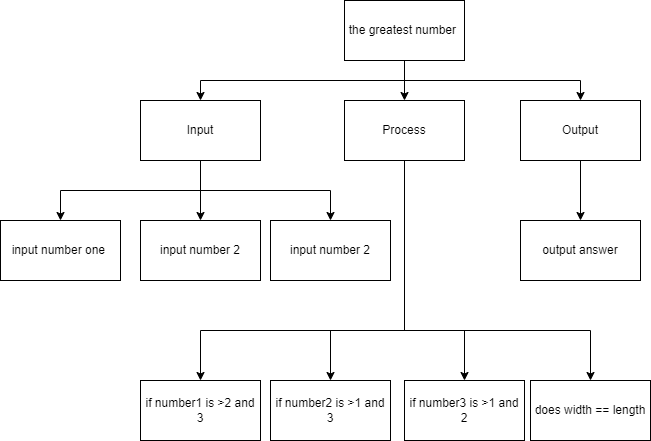
Earlier version of the draw.io export plan.png (devin-jhu/ICS3U-Assignment7-Python). Source tidied: cells renumbered, new cells last; positions are measured from the earlier drawing's top-left corner, leaving out a move shared by most shapes.
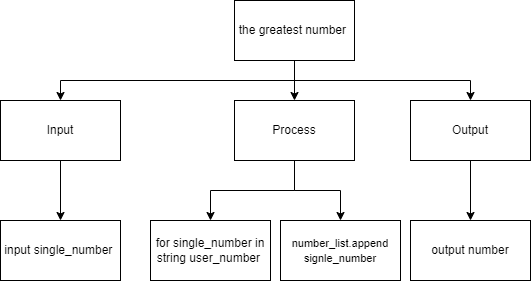
The same diagram one commit later.

Diff of the diagram source:
```diff
@@ -14,50 +14,18 @@
     <mxCell id="5" value="the greatest number&amp;nbsp;" style="rounded=0;whiteSpace=wrap;html=1;" parent="1" vertex="1">
       <mxGeometry x="344" width="120" height="60" as="geometry" />
     </mxCell>
-    <mxCell id="6" style="edgeStyle=orthogonalEdgeStyle;rounded=0;html=1;exitX=0.5;exitY=1;exitDx=0;exitDy=0;entryX=0.5;entryY=0;entryDx=0;entryDy=0;" parent="1" edge="1" source="9" target="19">
-      <mxGeometry relative="1" as="geometry" />
-    </mxCell>
     <mxCell id="7" style="edgeStyle=orthogonalEdgeStyle;rounded=0;html=1;exitX=0.5;exitY=1;exitDx=0;exitDy=0;" parent="1" edge="1" source="9" target="18">
       <mxGeometry relative="1" as="geometry" />
     </mxCell>
-    <mxCell id="8" style="edgeStyle=orthogonalEdgeStyle;html=1;exitX=0.5;exitY=1;exitDx=0;exitDy=0;entryX=0.5;entryY=0;entryDx=0;entryDy=0;rounded=0;" parent="1" edge="1" source="9" target="21">
-      <mxGeometry relative="1" as="geometry" />
-    </mxCell>
     <mxCell id="9" value="Input" style="rounded=0;whiteSpace=wrap;html=1;" parent="1" vertex="1">
-      <mxGeometry x="140" y="100" width="120" height="60" as="geometry" />
+      <mxGeometry x="110" y="100" width="120" height="60" as="geometry" />
     </mxCell>
-    <mxCell id="10" style="edgeStyle=orthogonalEdgeStyle;html=1;exitX=0.5;exitY=1;exitDx=0;exitDy=0;rounded=0;" parent="1" edge="1" source="14" target="17">
-      <mxGeometry relative="1" as="geometry">
-        <Array as="points">
-          <mxPoint x="404" y="330" />
-          <mxPoint x="590" y="330" />
-        </Array>
-      </mxGeometry>
-    </mxCell>
-    <mxCell id="11" style="edgeStyle=orthogonalEdgeStyle;rounded=0;html=1;exitX=0.5;exitY=1;exitDx=0;exitDy=0;entryX=0.5;entryY=0;entryDx=0;entryDy=0;" parent="1" edge="1" source="14" target="22">
-      <mxGeometry relative="1" as="geometry">
-        <Array as="points">
-          <mxPoint x="404" y="330" />
-          <mxPoint x="464" y="330" />
-        </Array>
-      </mxGeometry>
-    </mxCell>
-    <mxCell id="12" style="edgeStyle=orthogonalEdgeStyle;rounded=0;html=1;exitX=0.5;exitY=1;exitDx=0;exitDy=0;entryX=0.5;entryY=0;entryDx=0;entryDy=0;" parent="1" edge="1" source="14" target="23">
-      <mxGeometry relative="1" as="geometry">
-        <Array as="points">
-          <mxPoint x="404" y="330" />
-          <mxPoint x="330" y="330" />
-        </Array>
-      </mxGeometry>
-    </mxCell>
-    <mxCell id="13" style="edgeStyle=orthogonalEdgeStyle;rounded=0;html=1;exitX=0.5;exitY=1;exitDx=0;exitDy=0;" parent="1" edge="1" source="14" target="24">
-      <mxGeometry relative="1" as="geometry">
-        <Array as="points">
-          <mxPoint x="404" y="330" />
-          <mxPoint x="200" y="330" />
-        </Array>
-      </mxGeometry>
+    <mxCell id="13" style="edgeStyle=orthogonalEdgeStyle;shape=connector;rounded=0;html=1;exitX=0.5;exitY=1;exitDx=0;exitDy=0;entryX=0.5;entryY=0;entryDx=0;entryDy=0;labelBackgroundColor=default;fontFamily=Helvetica;fontSize=11;fontColor=default;endArrow=classic;strokeColor=default;" parent="1" edge="1" source="14" target="23">
+      <mxGeometry relative="1" as="geometry" />
     </mxCell>
+    <mxCell id="25" style="edgeStyle=orthogonalEdgeStyle;shape=connector;rounded=0;html=1;exitX=0.5;exitY=1;exitDx=0;exitDy=0;labelBackgroundColor=default;fontFamily=Helvetica;fontSize=11;fontColor=default;endArrow=classic;strokeColor=default;" parent="1" edge="1" source="14" target="24">
+      <mxGeometry relative="1" as="geometry" />
+    </mxCell>
     <mxCell id="14" value="Process" style="rounded=0;whiteSpace=wrap;html=1;" parent="1" vertex="1">
       <mxGeometry x="344" y="100" width="120" height="60" as="geometry" />
     </mxCell>
@@ -67,29 +35,17 @@
     <mxCell id="16" value="Output" style="rounded=0;whiteSpace=wrap;html=1;" parent="1" vertex="1">
       <mxGeometry x="520" y="100" width="120" height="60" as="geometry" />
     </mxCell>
-    <mxCell id="17" value="does width == length" style="rounded=0;whiteSpace=wrap;html=1;" parent="1" vertex="1">
-      <mxGeometry x="530" y="380" width="120" height="60" as="geometry" />
-    </mxCell>
-    <mxCell id="18" value="input number one&amp;nbsp;" style="rounded=0;whiteSpace=wrap;html=1;" parent="1" vertex="1">
-      <mxGeometry y="220" width="120" height="60" as="geometry" />
+    <mxCell id="18" value="input single_number&amp;nbsp;" style="rounded=0;whiteSpace=wrap;html=1;" parent="1" vertex="1">
+      <mxGeometry x="110" y="220" width="120" height="60" as="geometry" />
     </mxCell>
-    <mxCell id="19" value="input number 2" style="rounded=0;whiteSpace=wrap;html=1;" parent="1" vertex="1">
-      <mxGeometry x="140" y="220" width="120" height="60" as="geometry" />
-    </mxCell>
-    <mxCell id="20" value="output answer" style="rounded=0;whiteSpace=wrap;html=1;" parent="1" vertex="1">
+    <mxCell id="20" value="output number" style="rounded=0;whiteSpace=wrap;html=1;" parent="1" vertex="1">
       <mxGeometry x="520" y="220" width="120" height="60" as="geometry" />
     </mxCell>
-    <mxCell id="21" value="input number 2" style="rounded=0;whiteSpace=wrap;html=1;" parent="1" vertex="1">
-      <mxGeometry x="270" y="220" width="120" height="60" as="geometry" />
-    </mxCell>
-    <mxCell id="22" value="if number3 is &amp;gt;1 and 2" style="rounded=0;whiteSpace=wrap;html=1;" parent="1" vertex="1">
-      <mxGeometry x="404" y="380" width="120" height="60" as="geometry" />
-    </mxCell>
-    <mxCell id="23" value="if number2 is &amp;gt;1 and 3" style="rounded=0;whiteSpace=wrap;html=1;" parent="1" vertex="1">
-      <mxGeometry x="270" y="380" width="120" height="60" as="geometry" />
+    <mxCell id="23" value="&lt;span style=&quot;font-size: 11px&quot;&gt;number_list.append signle_number&lt;/span&gt;" style="rounded=0;whiteSpace=wrap;html=1;" parent="1" vertex="1">
+      <mxGeometry x="390" y="220" width="120" height="60" as="geometry" />
     </mxCell>
-    <mxCell id="24" value="if number1 is &amp;gt;2 and 3" style="rounded=0;whiteSpace=wrap;html=1;" parent="1" vertex="1">
-      <mxGeometry x="140" y="380" width="120" height="60" as="geometry" />
+    <mxCell id="24" value="for single_number in string user_number&amp;nbsp;" style="rounded=0;whiteSpace=wrap;html=1;" parent="1" vertex="1">
+      <mxGeometry x="260" y="220" width="120" height="60" as="geometry" />
     </mxCell>
   </root>
 </mxGraphModel>
```
